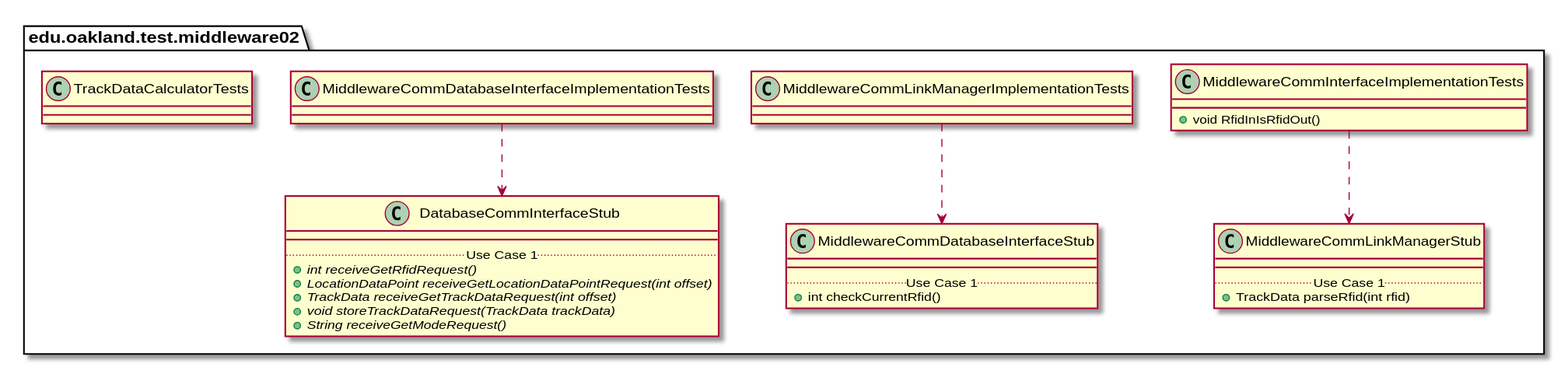
This is docs/uml-class-diagrams/middleware02/test/Middleware02TestPackage_InternalDependencies.svg from elilley15/csi-3370-software-project, a PlantUML export, as it was before one commit.
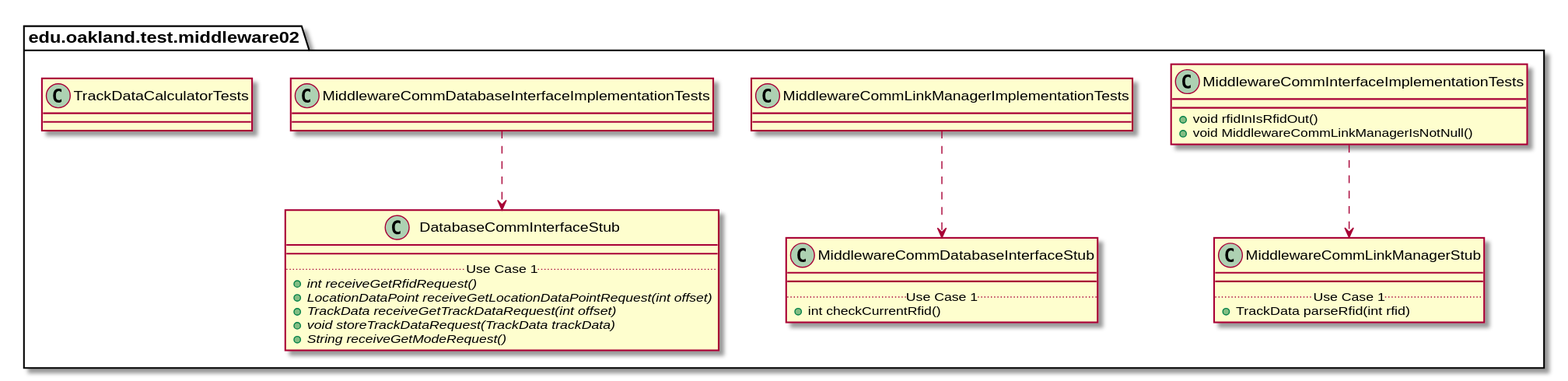
The same file after the commit.

The edit, as a diff of the source:
```diff
@@ -7,8 +7,8 @@
 
 package edu.oakland.test.middleware02 {
     class MiddlewareCommInterfaceImplementationTests {
-        + void RfidInIsRfidOut()
-
+        + void rfidInIsRfidOut()
+        + void MiddlewareCommLinkManagerIsNotNull()
     }
 }
 
```
